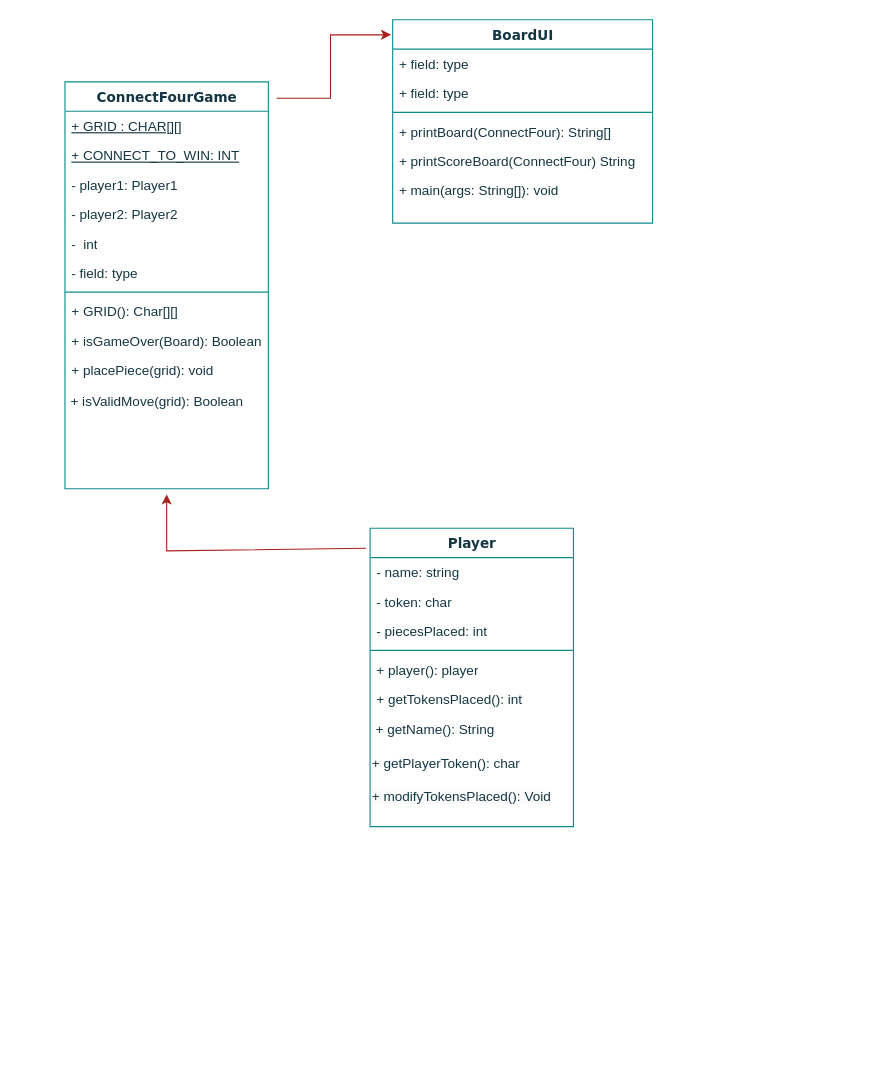
MsRodrigP/webpages keeps this draw.io diagram as connectFourGameUML.drawio. Above is the earlier version. Source tidied: cells renumbered, new cells numbered last; positions are measured from the earlier drawing's top-left corner, leaving out a move shared by most shapes. Both pictures are drawn from the tidied source at 113%, with x=0, y=0 at pixel (64, 19).
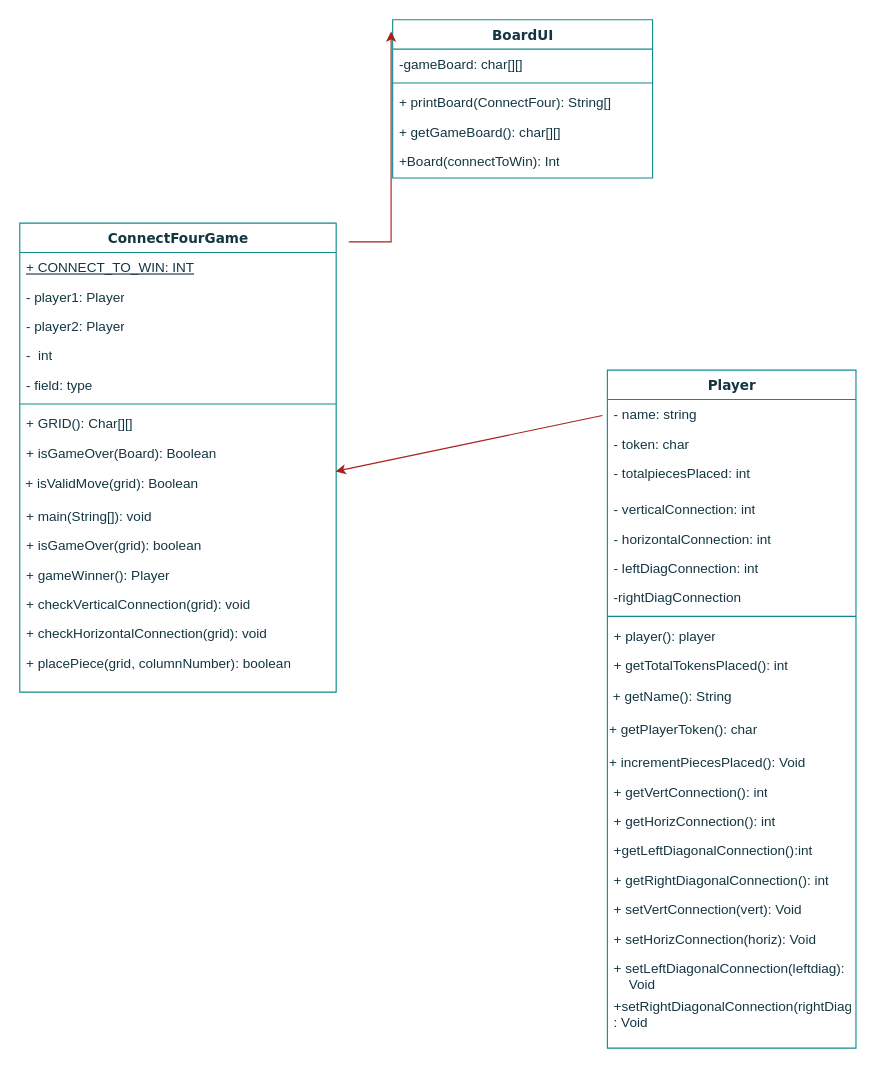
Above is the later version.

The edit, as a diff of the source:
```diff
@@
     <mxCell id="2" value="Player" style="swimlane;html=1;fontStyle=1;align=center;verticalAlign=top;horizontal=1;startSize=26;swimlaneFillColor=#ffffff;rounded=0;shadow=0;comic=0;labelBackgroundColor=none;strokeWidth=1;fillColor=none;fontFamily=Verdana;fontSize=12;strokeColor=#0F8B8D;fontColor=#143642;" parent="1" vertex="1">
-      <mxGeometry x="270" y="450" width="180" height="264" as="geometry" />
+      <mxGeometry x="480" y="310" width="220" height="600" as="geometry" />
     </mxCell>
     <mxCell id="3" value="- name: string" style="text;html=1;strokeColor=none;fillColor=none;align=left;verticalAlign=top;spacingLeft=4;spacingRight=4;whiteSpace=wrap;overflow=hidden;labelBackgroundColor=none;fontColor=#143642;" parent="2" vertex="1">
-      <mxGeometry y="26" width="180" height="26" as="geometry" />
+      <mxGeometry y="26" width="220" height="26" as="geometry" />
     </mxCell>
     <mxCell id="4" value="- token: char" style="text;html=1;strokeColor=none;fillColor=none;align=left;verticalAlign=top;spacingLeft=4;spacingRight=4;whiteSpace=wrap;overflow=hidden;labelBackgroundColor=none;fontColor=#143642;" parent="2" vertex="1">
-      <mxGeometry y="52" width="180" height="26" as="geometry" />
+      <mxGeometry y="52" width="220" height="26" as="geometry" />
     </mxCell>
-    <mxCell id="5" value="- piecesPlaced: int" style="text;html=1;strokeColor=none;fillColor=none;align=left;verticalAlign=top;spacingLeft=4;spacingRight=4;whiteSpace=wrap;overflow=hidden;labelBackgroundColor=none;fontColor=#143642;" parent="2" vertex="1">
-      <mxGeometry y="78" width="180" height="26" as="geometry" />
+    <mxCell id="5" value="- totalpiecesPlaced: int" style="text;html=1;strokeColor=none;fillColor=none;align=left;verticalAlign=top;spacingLeft=4;spacingRight=4;whiteSpace=wrap;overflow=hidden;labelBackgroundColor=none;fontColor=#143642;" parent="2" vertex="1">
+      <mxGeometry y="78" width="220" height="32" as="geometry" />
     </mxCell>
+    <mxCell id="33" value="- verticalConnection: int" style="text;html=1;strokeColor=none;fillColor=none;align=left;verticalAlign=top;spacingLeft=4;spacingRight=4;whiteSpace=wrap;overflow=hidden;labelBackgroundColor=none;fontColor=#143642;" parent="2" vertex="1">
+      <mxGeometry y="110" width="220" height="26" as="geometry" />
+    </mxCell>
+    <mxCell id="34" value="- horizontalConnection: int" style="text;html=1;strokeColor=none;fillColor=none;align=left;verticalAlign=top;spacingLeft=4;spacingRight=4;whiteSpace=wrap;overflow=hidden;labelBackgroundColor=none;fontColor=#143642;" parent="2" vertex="1">
+      <mxGeometry y="136" width="220" height="26" as="geometry" />
+    </mxCell>
+    <mxCell id="35" value="- leftDiagConnection: int" style="text;html=1;strokeColor=none;fillColor=none;align=left;verticalAlign=top;spacingLeft=4;spacingRight=4;whiteSpace=wrap;overflow=hidden;labelBackgroundColor=none;fontColor=#143642;" parent="2" vertex="1">
+      <mxGeometry y="162" width="220" height="26" as="geometry" />
+    </mxCell>
+    <mxCell id="36" value="-rightDiagConnection" style="text;html=1;strokeColor=none;fillColor=none;align=left;verticalAlign=top;spacingLeft=4;spacingRight=4;whiteSpace=wrap;overflow=hidden;labelBackgroundColor=none;fontColor=#143642;" parent="2" vertex="1">
+      <mxGeometry y="188" width="220" height="26" as="geometry" />
+    </mxCell>
     <mxCell id="6" style="line;html=1;strokeWidth=1;fillColor=none;align=left;verticalAlign=middle;spacingTop=-1;spacingLeft=3;spacingRight=3;labelPosition=right;labelBackgroundColor=none;strokeColor=#0F8B8D;fontColor=#143642;" parent="2" vertex="1">
-      <mxGeometry y="104" width="180" height="8" as="geometry" />
+      <mxGeometry y="214" width="220" height="8" as="geometry" />
     </mxCell>
     <mxCell id="7" value="+ player(): player" style="text;html=1;strokeColor=none;fillColor=none;align=left;verticalAlign=top;spacingLeft=4;spacingRight=4;whiteSpace=wrap;overflow=hidden;labelBackgroundColor=none;fontColor=#143642;" parent="2" vertex="1">
-      <mxGeometry y="112" width="180" height="26" as="geometry" />
+      <mxGeometry y="222" width="220" height="26" as="geometry" />
     </mxCell>
-    <mxCell id="8" value="+ getTokensPlaced(): int" style="text;html=1;strokeColor=none;fillColor=none;align=left;verticalAlign=top;spacingLeft=4;spacingRight=4;whiteSpace=wrap;overflow=hidden;labelBackgroundColor=none;fontColor=#143642;" parent="2" vertex="1">
-      <mxGeometry y="138" width="180" height="26" as="geometry" />
+    <mxCell id="8" value="+ getTotalTokensPlaced(): int" style="text;html=1;strokeColor=none;fillColor=none;align=left;verticalAlign=top;spacingLeft=4;spacingRight=4;whiteSpace=wrap;overflow=hidden;labelBackgroundColor=none;fontColor=#143642;" parent="2" vertex="1">
+      <mxGeometry y="248" width="220" height="26" as="geometry" />
     </mxCell>
     <mxCell id="9" value="&amp;nbsp;+ getName(): String" style="text;html=1;align=left;verticalAlign=middle;strokeColor=none;fillColor=none;fontColor=#143642;" parent="2" vertex="1">
-      <mxGeometry y="164" width="180" height="30" as="geometry" />
+      <mxGeometry y="274" width="220" height="30" as="geometry" />
     </mxCell>
     <mxCell id="10" value="+ getPlayerToken(): char" style="text;html=1;align=left;verticalAlign=middle;strokeColor=none;fillColor=none;fontColor=#143642;" parent="2" vertex="1">
-      <mxGeometry y="194" width="180" height="30" as="geometry" />
+      <mxGeometry y="304" width="220" height="30" as="geometry" />
     </mxCell>
-    <mxCell id="11" value="&lt;span style=&quot;color: rgb(20, 54, 66); font-family: Helvetica; font-size: 12px; font-style: normal; font-variant-ligatures: normal; font-variant-caps: normal; font-weight: 400; letter-spacing: normal; orphans: 2; text-align: left; text-indent: 0px; text-transform: none; widows: 2; word-spacing: 0px; -webkit-text-stroke-width: 0px; background-color: rgb(251, 251, 251); text-decoration-thickness: initial; text-decoration-style: initial; text-decoration-color: initial; float: none; display: inline !important;&quot;&gt;+ modifyTokensPlaced(): Void&lt;/span&gt;" style="text;whiteSpace=wrap;html=1;fontColor=#143642;" parent="2" vertex="1">
-      <mxGeometry y="224" width="180" height="40" as="geometry" />
+    <mxCell id="11" value="+ incrementPiecesPlaced(): Void" style="text;whiteSpace=wrap;html=1;fontColor=#143642;" parent="2" vertex="1">
+      <mxGeometry y="334" width="220" height="26" as="geometry" />
     </mxCell>
+    <mxCell id="37" value="+ getVertConnection(): int" style="text;html=1;strokeColor=none;fillColor=none;align=left;verticalAlign=top;spacingLeft=4;spacingRight=4;whiteSpace=wrap;overflow=hidden;labelBackgroundColor=none;fontColor=#143642;" parent="2" vertex="1">
+      <mxGeometry y="360" width="220" height="26" as="geometry" />
+    </mxCell>
+    <mxCell id="38" value="+ getHorizConnection(): int" style="text;html=1;strokeColor=none;fillColor=none;align=left;verticalAlign=top;spacingLeft=4;spacingRight=4;whiteSpace=wrap;overflow=hidden;labelBackgroundColor=none;fontColor=#143642;" parent="2" vertex="1">
+      <mxGeometry y="386" width="220" height="26" as="geometry" />
+    </mxCell>
+    <mxCell id="39" value="+getLeftDiagonalConnection():int" style="text;html=1;strokeColor=none;fillColor=none;align=left;verticalAlign=top;spacingLeft=4;spacingRight=4;whiteSpace=wrap;overflow=hidden;labelBackgroundColor=none;fontColor=#143642;" parent="2" vertex="1">
+      <mxGeometry y="412" width="220" height="26" as="geometry" />
+    </mxCell>
+    <mxCell id="40" value="+ getRightDiagonalConnection(): int" style="text;html=1;strokeColor=none;fillColor=none;align=left;verticalAlign=top;spacingLeft=4;spacingRight=4;whiteSpace=wrap;overflow=hidden;labelBackgroundColor=none;fontColor=#143642;" parent="2" vertex="1">
+      <mxGeometry y="438" width="220" height="26" as="geometry" />
+    </mxCell>
+    <mxCell id="41" value="+ setVertConnection(vert): Void" style="text;html=1;strokeColor=none;fillColor=none;align=left;verticalAlign=top;spacingLeft=4;spacingRight=4;whiteSpace=wrap;overflow=hidden;labelBackgroundColor=none;fontColor=#143642;" parent="2" vertex="1">
+      <mxGeometry y="464" width="220" height="26" as="geometry" />
+    </mxCell>
+    <mxCell id="42" value="+ setHorizConnection(horiz): Void" style="text;html=1;strokeColor=none;fillColor=none;align=left;verticalAlign=top;spacingLeft=4;spacingRight=4;whiteSpace=wrap;overflow=hidden;labelBackgroundColor=none;fontColor=#143642;" parent="2" vertex="1">
+      <mxGeometry y="490" width="220" height="26" as="geometry" />
+    </mxCell>
+    <mxCell id="43" value="+ setLeftDiagonalConnection(leftdiag):&amp;nbsp; &amp;nbsp; &amp;nbsp; Void" style="text;html=1;strokeColor=none;fillColor=none;align=left;verticalAlign=top;spacingLeft=4;spacingRight=4;whiteSpace=wrap;overflow=hidden;labelBackgroundColor=none;fontColor=#143642;" parent="2" vertex="1">
+      <mxGeometry y="516" width="220" height="34" as="geometry" />
+    </mxCell>
+    <mxCell id="44" value="+setRightDiagonalConnection(rightDiag) : Void" style="text;html=1;strokeColor=none;fillColor=none;align=left;verticalAlign=top;spacingLeft=4;spacingRight=4;whiteSpace=wrap;overflow=hidden;labelBackgroundColor=none;fontColor=#143642;" parent="2" vertex="1">
+      <mxGeometry y="550" width="220" height="40" as="geometry" />
+    </mxCell>
     <mxCell id="12" value="ConnectFourGame" style="swimlane;html=1;fontStyle=1;align=center;verticalAlign=top;horizontal=1;startSize=26;swimlaneFillColor=#ffffff;rounded=0;shadow=0;comic=0;labelBackgroundColor=none;strokeWidth=1;fillColor=none;fontFamily=Verdana;fontSize=12;strokeColor=#0F8B8D;fontColor=#143642;" parent="1" vertex="1">
-      <mxGeometry y="55" width="180" height="360" as="geometry" />
+      <mxGeometry x="-40" y="180" width="280" height="415" as="geometry" />
     </mxCell>
-    <mxCell id="13" value="&lt;u&gt;+ GRID : CHAR[][]&lt;/u&gt;" style="text;html=1;strokeColor=none;fillColor=none;align=left;verticalAlign=top;spacingLeft=4;spacingRight=4;whiteSpace=wrap;overflow=hidden;labelBackgroundColor=none;fontColor=#143642;" parent="12" vertex="1">
-      <mxGeometry y="26" width="180" height="26" as="geometry" />
-    </mxCell>
     <mxCell id="14" value="&lt;u&gt;+ CONNECT_TO_WIN:&amp;nbsp;INT&lt;/u&gt;" style="text;html=1;strokeColor=none;fillColor=none;align=left;verticalAlign=top;spacingLeft=4;spacingRight=4;whiteSpace=wrap;overflow=hidden;labelBackgroundColor=none;fontColor=#143642;" parent="12" vertex="1">
-      <mxGeometry y="52" width="180" height="26" as="geometry" />
+      <mxGeometry y="26" width="280" height="26" as="geometry" />
     </mxCell>
-    <mxCell id="15" value="- player1: Player1" style="text;html=1;strokeColor=none;fillColor=none;align=left;verticalAlign=top;spacingLeft=4;spacingRight=4;whiteSpace=wrap;overflow=hidden;labelBackgroundColor=none;fontColor=#143642;" parent="12" vertex="1">
-      <mxGeometry y="78" width="180" height="26" as="geometry" />
+    <mxCell id="15" value="- player1: Player" style="text;html=1;strokeColor=none;fillColor=none;align=left;verticalAlign=top;spacingLeft=4;spacingRight=4;whiteSpace=wrap;overflow=hidden;labelBackgroundColor=none;fontColor=#143642;" parent="12" vertex="1">
+      <mxGeometry y="52" width="280" height="26" as="geometry" />
     </mxCell>
-    <mxCell id="16" value="- player2: Player2" style="text;html=1;strokeColor=none;fillColor=none;align=left;verticalAlign=top;spacingLeft=4;spacingRight=4;whiteSpace=wrap;overflow=hidden;labelBackgroundColor=none;fontColor=#143642;" parent="12" vertex="1">
-      <mxGeometry y="104" width="180" height="26" as="geometry" />
+    <mxCell id="16" value="- player2: Player" style="text;html=1;strokeColor=none;fillColor=none;align=left;verticalAlign=top;spacingLeft=4;spacingRight=4;whiteSpace=wrap;overflow=hidden;labelBackgroundColor=none;fontColor=#143642;" parent="12" vertex="1">
+      <mxGeometry y="78" width="280" height="26" as="geometry" />
     </mxCell>
     <mxCell id="17" value="-&amp;nbsp; int" style="text;html=1;strokeColor=none;fillColor=none;align=left;verticalAlign=top;spacingLeft=4;spacingRight=4;whiteSpace=wrap;overflow=hidden;labelBackgroundColor=none;fontColor=#143642;" parent="12" vertex="1">
-      <mxGeometry y="130" width="180" height="26" as="geometry" />
+      <mxGeometry y="104" width="280" height="26" as="geometry" />
     </mxCell>
     <mxCell id="18" value="- field: type" style="text;html=1;strokeColor=none;fillColor=none;align=left;verticalAlign=top;spacingLeft=4;spacingRight=4;whiteSpace=wrap;overflow=hidden;labelBackgroundColor=none;fontColor=#143642;" parent="12" vertex="1">
-      <mxGeometry y="156" width="180" height="26" as="geometry" />
+      <mxGeometry y="130" width="280" height="26" as="geometry" />
     </mxCell>
     <mxCell id="19" style="line;html=1;strokeWidth=1;fillColor=none;align=left;verticalAlign=middle;spacingTop=-1;spacingLeft=3;spacingRight=3;labelPosition=right;labelBackgroundColor=none;strokeColor=#0F8B8D;fontColor=#143642;" parent="12" vertex="1">
-      <mxGeometry y="182" width="180" height="8" as="geometry" />
+      <mxGeometry y="156" width="280" height="8" as="geometry" />
     </mxCell>
     <mxCell id="20" value="+ GRID(): Char[][]" style="text;html=1;strokeColor=none;fillColor=none;align=left;verticalAlign=top;spacingLeft=4;spacingRight=4;whiteSpace=wrap;overflow=hidden;labelBackgroundColor=none;fontColor=#143642;" parent="12" vertex="1">
-      <mxGeometry y="190" width="180" height="26" as="geometry" />
+      <mxGeometry y="164" width="280" height="26" as="geometry" />
     </mxCell>
     <mxCell id="21" value="+ isGameOver(Board): Boolean" style="text;html=1;strokeColor=none;fillColor=none;align=left;verticalAlign=top;spacingLeft=4;spacingRight=4;whiteSpace=wrap;overflow=hidden;labelBackgroundColor=none;fontColor=#143642;" parent="12" vertex="1">
-      <mxGeometry y="216" width="180" height="26" as="geometry" />
+      <mxGeometry y="190" width="280" height="26" as="geometry" />
     </mxCell>
-    <mxCell id="22" value="+ placePiece(grid): void" style="text;html=1;strokeColor=none;fillColor=none;align=left;verticalAlign=top;spacingLeft=4;spacingRight=4;whiteSpace=wrap;overflow=hidden;labelBackgroundColor=none;fontColor=#143642;" parent="12" vertex="1">
-      <mxGeometry y="242" width="180" height="26" as="geometry" />
-    </mxCell>
     <mxCell id="23" value="&amp;nbsp;+ isValidMove(grid): Boolean" style="text;html=1;align=left;verticalAlign=middle;points=[];strokeColor=none;fillColor=none;fontColor=#143642;" parent="12" vertex="1">
-      <mxGeometry y="268" width="180" height="30" as="geometry" />
+      <mxGeometry y="216" width="280" height="30" as="geometry" />
     </mxCell>
+    <mxCell id="45" value="+ main(String[]): void" style="text;html=1;strokeColor=none;fillColor=none;align=left;verticalAlign=top;spacingLeft=4;spacingRight=4;whiteSpace=wrap;overflow=hidden;labelBackgroundColor=none;fontColor=#143642;" parent="12" vertex="1">
+      <mxGeometry y="246" width="280" height="26" as="geometry" />
+    </mxCell>
+    <mxCell id="46" value="+ isGameOver(grid): boolean" style="text;html=1;strokeColor=none;fillColor=none;align=left;verticalAlign=top;spacingLeft=4;spacingRight=4;whiteSpace=wrap;overflow=hidden;labelBackgroundColor=none;fontColor=#143642;" parent="12" vertex="1">
+      <mxGeometry y="272" width="280" height="26" as="geometry" />
+    </mxCell>
+    <mxCell id="47" value="+ gameWinner(): Player" style="text;html=1;strokeColor=none;fillColor=none;align=left;verticalAlign=top;spacingLeft=4;spacingRight=4;whiteSpace=wrap;overflow=hidden;labelBackgroundColor=none;fontColor=#143642;" parent="12" vertex="1">
+      <mxGeometry y="298" width="280" height="26" as="geometry" />
+    </mxCell>
+    <mxCell id="48" value="+ checkVerticalConnection(grid): void" style="text;html=1;strokeColor=none;fillColor=none;align=left;verticalAlign=top;spacingLeft=4;spacingRight=4;whiteSpace=wrap;overflow=hidden;labelBackgroundColor=none;fontColor=#143642;" parent="12" vertex="1">
+      <mxGeometry y="324" width="280" height="26" as="geometry" />
+    </mxCell>
+    <mxCell id="49" value="+ checkHorizontalConnection(grid): void" style="text;html=1;strokeColor=none;fillColor=none;align=left;verticalAlign=top;spacingLeft=4;spacingRight=4;whiteSpace=wrap;overflow=hidden;labelBackgroundColor=none;fontColor=#143642;" parent="12" vertex="1">
+      <mxGeometry y="350" width="280" height="26" as="geometry" />
+    </mxCell>
+    <mxCell id="50" value="+ placePiece(grid, columnNumber): boolean" style="text;html=1;strokeColor=none;fillColor=none;align=left;verticalAlign=top;spacingLeft=4;spacingRight=4;whiteSpace=wrap;overflow=hidden;labelBackgroundColor=none;fontColor=#143642;" parent="12" vertex="1">
+      <mxGeometry y="376" width="280" height="26" as="geometry" />
+    </mxCell>
     <mxCell id="24" value="BoardUI" style="swimlane;html=1;fontStyle=1;align=center;verticalAlign=top;horizontal=1;startSize=26;swimlaneFillColor=#ffffff;rounded=0;shadow=0;comic=0;labelBackgroundColor=none;strokeWidth=1;fillColor=none;fontFamily=Verdana;fontSize=12;strokeColor=#0F8B8D;fontColor=#143642;" parent="1" vertex="1">
-      <mxGeometry x="290" width="230" height="180" as="geometry" />
+      <mxGeometry x="290" width="230" height="140" as="geometry" />
     </mxCell>
-    <mxCell id="25" value="+ field: type" style="text;html=1;strokeColor=none;fillColor=none;align=left;verticalAlign=top;spacingLeft=4;spacingRight=4;whiteSpace=wrap;overflow=hidden;labelBackgroundColor=none;fontColor=#143642;" parent="24" vertex="1">
-      <mxGeometry y="26" width="230" height="26" as="geometry" />
-    </mxCell>
-    <mxCell id="26" value="+ field: type" style="text;html=1;strokeColor=none;fillColor=none;align=left;verticalAlign=top;spacingLeft=4;spacingRight=4;whiteSpace=wrap;overflow=hidden;labelBackgroundColor=none;fontColor=#143642;" parent="24" vertex="1">
-      <mxGeometry y="52" width="230" height="26" as="geometry" />
+    <mxCell id="26" value="-gameBoard: char[][]" style="text;html=1;strokeColor=none;fillColor=none;align=left;verticalAlign=top;spacingLeft=4;spacingRight=4;whiteSpace=wrap;overflow=hidden;labelBackgroundColor=none;fontColor=#143642;" parent="24" vertex="1">
+      <mxGeometry y="26" width="230" height="26" as="geometry" />
     </mxCell>
     <mxCell id="27" style="line;html=1;strokeWidth=1;fillColor=none;align=left;verticalAlign=middle;spacingTop=-1;spacingLeft=3;spacingRight=3;labelPosition=right;labelBackgroundColor=none;strokeColor=#0F8B8D;fontColor=#143642;" parent="24" vertex="1">
-      <mxGeometry y="78" width="230" height="8" as="geometry" />
+      <mxGeometry y="52" width="230" height="8" as="geometry" />
     </mxCell>
     <mxCell id="28" value="+ printBoard(ConnectFour): String[]&amp;nbsp;" style="text;html=1;strokeColor=none;fillColor=none;align=left;verticalAlign=top;spacingLeft=4;spacingRight=4;whiteSpace=wrap;overflow=hidden;labelBackgroundColor=none;fontColor=#143642;" parent="24" vertex="1">
-      <mxGeometry y="86" width="230" height="26" as="geometry" />
+      <mxGeometry y="60" width="230" height="26" as="geometry" />
     </mxCell>
-    <mxCell id="29" value="+ printScoreBoard(ConnectFour) String&amp;nbsp;" style="text;html=1;strokeColor=none;fillColor=none;align=left;verticalAlign=top;spacingLeft=4;spacingRight=4;whiteSpace=wrap;overflow=hidden;labelBackgroundColor=none;fontColor=#143642;" parent="24" vertex="1">
-      <mxGeometry y="112" width="230" height="26" as="geometry" />
+    <mxCell id="29" value="+ getGameBoard(): char[][]" style="text;html=1;strokeColor=none;fillColor=none;align=left;verticalAlign=top;spacingLeft=4;spacingRight=4;whiteSpace=wrap;overflow=hidden;labelBackgroundColor=none;fontColor=#143642;" parent="24" vertex="1">
+      <mxGeometry y="86" width="230" height="26" as="geometry" />
     </mxCell>
-    <mxCell id="30" value="+ main(args: String[]): void" style="text;html=1;strokeColor=none;fillColor=none;align=left;verticalAlign=top;spacingLeft=4;spacingRight=4;whiteSpace=wrap;overflow=hidden;labelBackgroundColor=none;fontColor=#143642;" parent="24" vertex="1">
-      <mxGeometry y="138" width="230" height="26" as="geometry" />
+    <mxCell id="30" value="+Board(connectToWin): Int" style="text;html=1;strokeColor=none;fillColor=none;align=left;verticalAlign=top;spacingLeft=4;spacingRight=4;whiteSpace=wrap;overflow=hidden;labelBackgroundColor=none;fontColor=#143642;" parent="24" vertex="1">
+      <mxGeometry y="112" width="230" height="26" as="geometry" />
     </mxCell>
@@
-    <mxCell id="32" style="edgeStyle=none;jettySize=auto;html=1;rounded=0;strokeColor=#A8201A;fontColor=#143642;fillColor=#FAE5C7;exitX=-0.02;exitY=0.067;exitDx=0;exitDy=0;exitPerimeter=0;" parent="1" edge="1" source="2">
-      <mxGeometry relative="1" as="geometry">
-        <mxPoint x="90" y="420" as="targetPoint" />
-        <Array as="points">
-          <mxPoint x="90" y="470" />
-        </Array>
-      </mxGeometry>
+    <mxCell id="32" style="edgeStyle=none;jettySize=auto;html=1;rounded=0;strokeColor=#A8201A;fontColor=#143642;fillColor=#FAE5C7;exitX=-0.02;exitY=0.067;exitDx=0;exitDy=0;exitPerimeter=0;entryX=0.998;entryY=0.122;entryDx=0;entryDy=0;entryPerimeter=0;" parent="1" edge="1" source="2" target="23">
+      <mxGeometry relative="1" as="geometry" />
     </mxCell>
```
